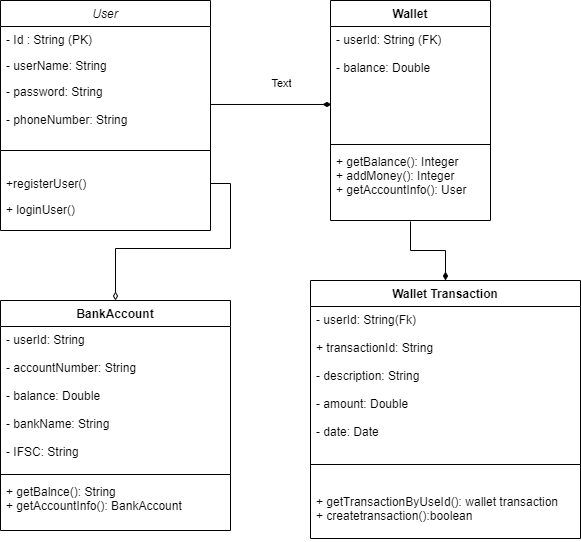
Shubham-9798/Capgemini-bootcamp-sept21-online-wallet keeps this draw.io diagram as diagrams/class diagram.png. Above is the earlier version. Source tidied: cells renumbered, new cells last; positions are measured from the earlier drawing's top-left corner, leaving out a move shared by most shapes. The source it was exported from:
```xml
<mxGraphModel>
  <root>
    <mxCell id="0" />
    <mxCell id="1" parent="0" />
    <mxCell id="2" value="User" style="swimlane;fontStyle=2;align=center;verticalAlign=top;horizontal=1;startSize=26;rounded=0;shadow=0;strokeWidth=1;" parent="1" vertex="1">
      <mxGeometry width="210" height="230" as="geometry" />
    </mxCell>
    <mxCell id="3" value="- Id : String (PK)" style="text;align=left;verticalAlign=top;spacingLeft=4;spacingRight=4;overflow=hidden;" parent="2" vertex="1">
      <mxGeometry y="26" width="210" height="26" as="geometry" />
    </mxCell>
    <mxCell id="4" value="- userName: String" style="text;align=left;verticalAlign=top;spacingLeft=4;spacingRight=4;overflow=hidden;rounded=0;shadow=0;html=0;" parent="2" vertex="1">
      <mxGeometry y="52" width="210" height="26" as="geometry" />
    </mxCell>
    <mxCell id="5" value="- password: String&#10;&#10;- phoneNumber: String&#10;&#10;" style="text;align=left;verticalAlign=top;spacingLeft=4;spacingRight=4;overflow=hidden;points=[[0,0.5],[1,0.5]];portConstraint=eastwest;rounded=0;shadow=0;html=0;" parent="2" vertex="1">
      <mxGeometry y="78" width="210" height="52" as="geometry" />
    </mxCell>
    <mxCell id="6" style="line;html=1;strokeWidth=1;align=left;verticalAlign=middle;spacingTop=-1;spacingLeft=3;spacingRight=3;labelPosition=right;" parent="2" vertex="1">
      <mxGeometry y="130" width="210" height="40" as="geometry" />
    </mxCell>
    <mxCell id="7" value="+registerUser()&#10;" style="text;align=left;verticalAlign=top;spacingLeft=4;spacingRight=4;overflow=hidden;points=[[0,0.5],[1,0.5]];portConstraint=eastwest;" parent="2" vertex="1">
      <mxGeometry y="170" width="210" height="26" as="geometry" />
    </mxCell>
    <mxCell id="8" value="+ loginUser()" style="text;align=left;verticalAlign=top;spacingLeft=4;spacingRight=4;overflow=hidden;" parent="2" vertex="1">
      <mxGeometry y="196" width="210" height="34" as="geometry" />
    </mxCell>
    <mxCell id="9" value="Wallet" style="swimlane;fontStyle=1;align=center;verticalAlign=top;horizontal=1;startSize=26;" parent="1" vertex="1">
      <mxGeometry x="330" width="160" height="220" as="geometry" />
    </mxCell>
    <mxCell id="10" value="- userId: String (FK)&#10;&#10;- balance: Double" style="text;strokeColor=none;fillColor=none;align=left;verticalAlign=top;spacingLeft=4;spacingRight=4;overflow=hidden;points=[[0,0.5],[1,0.5]];portConstraint=eastwest;" parent="9" vertex="1">
      <mxGeometry y="26" width="160" height="114" as="geometry" />
    </mxCell>
    <mxCell id="11" style="line;strokeWidth=1;fillColor=none;align=left;verticalAlign=middle;spacingTop=-1;spacingLeft=3;spacingRight=3;labelPosition=right;" parent="9" vertex="1">
      <mxGeometry y="140" width="160" height="8" as="geometry" />
    </mxCell>
    <mxCell id="12" value="+ getBalance(): Integer&#10;+ addMoney(): Integer&#10;+ getAccountInfo(): User" style="text;strokeColor=none;fillColor=none;align=left;verticalAlign=top;spacingLeft=4;spacingRight=4;overflow=hidden;points=[[0,0.5],[1,0.5]];portConstraint=eastwest;" parent="9" vertex="1">
      <mxGeometry y="148" width="160" height="72" as="geometry" />
    </mxCell>
    <mxCell id="13" style="edgeStyle=orthogonalEdgeStyle;rounded=0;jettySize=auto;html=1;entryX=0.006;entryY=0.684;entryDx=0;entryDy=0;entryPerimeter=0;endArrow=diamondThin;endFill=1;" parent="1" edge="1" source="5" target="10">
      <mxGeometry relative="1" as="geometry" />
    </mxCell>
    <mxCell id="14" value="Text" style="edgeLabel;html=1;align=center;verticalAlign=middle;" parent="13" vertex="1">
      <mxGeometry x="0.21" y="1" relative="1" as="geometry">
        <mxPoint x="-3" y="-20" as="offset" />
      </mxGeometry>
    </mxCell>
    <mxCell id="15" value="Wallet Transaction" style="swimlane;fontStyle=1;align=center;verticalAlign=top;horizontal=1;startSize=26;" parent="1" vertex="1">
      <mxGeometry x="310" y="280" width="270" height="258" as="geometry" />
    </mxCell>
    <mxCell id="16" value="- userId: String(Fk)&#10;&#10;+ transactionId: String&#10;&#10;- description: String&#10;&#10;- amount: Double&#10;&#10;- date: Date" style="text;strokeColor=none;fillColor=none;align=left;verticalAlign=top;spacingLeft=4;spacingRight=4;overflow=hidden;" parent="15" vertex="1">
      <mxGeometry y="26" width="270" height="134" as="geometry" />
    </mxCell>
    <mxCell id="17" style="line;strokeWidth=1;fillColor=none;align=left;verticalAlign=middle;spacingTop=-1;spacingLeft=3;spacingRight=3;labelPosition=right;" parent="15" vertex="1">
      <mxGeometry y="160" width="270" height="48" as="geometry" />
    </mxCell>
    <mxCell id="18" value="+ getTransactionByUseId(): wallet transaction&#10;+ createtransaction():boolean" style="text;strokeColor=none;fillColor=none;align=left;verticalAlign=top;spacingLeft=4;spacingRight=4;overflow=hidden;" parent="15" vertex="1">
      <mxGeometry y="208" width="270" height="50" as="geometry" />
    </mxCell>
    <mxCell id="19" style="edgeStyle=orthogonalEdgeStyle;rounded=0;jettySize=auto;html=1;exitX=0.5;exitY=1.014;exitDx=0;exitDy=0;endArrow=diamondThin;endFill=1;entryX=0.5;entryY=0;entryDx=0;entryDy=0;exitPerimeter=0;" parent="1" edge="1" source="12" target="15">
      <mxGeometry relative="1" as="geometry" />
    </mxCell>
    <mxCell id="20" value="BankAccount&#10;" style="swimlane;fontStyle=1;align=center;verticalAlign=top;horizontal=1;startSize=26;" parent="1" vertex="1">
      <mxGeometry y="300" width="230" height="230" as="geometry" />
    </mxCell>
    <mxCell id="21" value="- userId: String&#10;&#10;- accountNumber: String&#10;&#10;- balance: Double&#10;&#10;- bankName: String&#10;&#10;- IFSC: String" style="text;strokeColor=none;fillColor=none;align=left;verticalAlign=top;spacingLeft=4;spacingRight=4;overflow=hidden;" parent="20" vertex="1">
      <mxGeometry y="26" width="230" height="144" as="geometry" />
    </mxCell>
    <mxCell id="22" style="line;strokeWidth=1;fillColor=none;align=left;verticalAlign=middle;spacingTop=-1;spacingLeft=3;spacingRight=3;labelPosition=right;" parent="20" vertex="1">
      <mxGeometry y="170" width="230" height="8" as="geometry" />
    </mxCell>
    <mxCell id="23" value="+ getBalnce(): String&#10;+ getAccountInfo(): BankAccount" style="text;strokeColor=none;fillColor=none;align=left;verticalAlign=top;spacingLeft=4;spacingRight=4;overflow=hidden;" parent="20" vertex="1">
      <mxGeometry y="178" width="230" height="52" as="geometry" />
    </mxCell>
    <mxCell id="24" style="edgeStyle=orthogonalEdgeStyle;rounded=0;jettySize=auto;html=1;endArrow=diamondThin;endFill=0;" parent="1" edge="1" source="7" target="20">
      <mxGeometry relative="1" as="geometry" />
    </mxCell>
  </root>
</mxGraphModel>
```
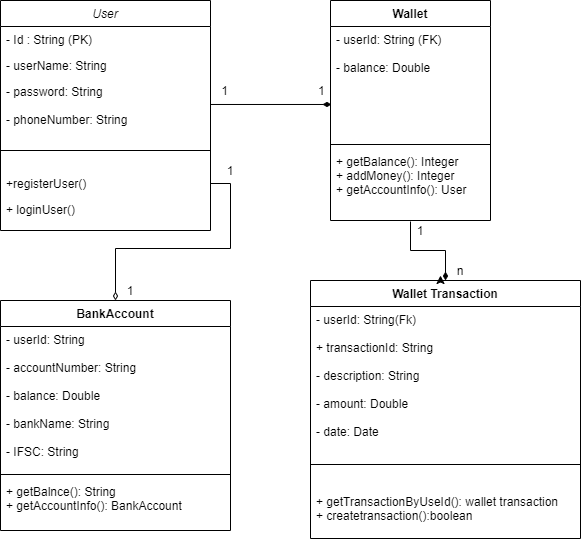
After the change.

Diff of the diagram source:
```diff
@@ -38,11 +38,6 @@
     <mxCell id="13" style="edgeStyle=orthogonalEdgeStyle;rounded=0;jettySize=auto;html=1;entryX=0.006;entryY=0.684;entryDx=0;entryDy=0;entryPerimeter=0;endArrow=diamondThin;endFill=1;" parent="1" edge="1" source="5" target="10">
       <mxGeometry relative="1" as="geometry" />
     </mxCell>
-    <mxCell id="14" value="Text" style="edgeLabel;html=1;align=center;verticalAlign=middle;" parent="13" vertex="1">
-      <mxGeometry x="0.21" y="1" relative="1" as="geometry">
-        <mxPoint x="-3" y="-20" as="offset" />
-      </mxGeometry>
-    </mxCell>
     <mxCell id="15" value="Wallet Transaction" style="swimlane;fontStyle=1;align=center;verticalAlign=top;horizontal=1;startSize=26;" parent="1" vertex="1">
       <mxGeometry x="310" y="280" width="270" height="258" as="geometry" />
     </mxCell>
@@ -73,5 +68,23 @@
     <mxCell id="24" style="edgeStyle=orthogonalEdgeStyle;rounded=0;jettySize=auto;html=1;endArrow=diamondThin;endFill=0;" parent="1" edge="1" source="7" target="20">
       <mxGeometry relative="1" as="geometry" />
     </mxCell>
+    <mxCell id="25" value="1&amp;nbsp; &amp;nbsp; &amp;nbsp; &amp;nbsp; &amp;nbsp; &amp;nbsp; &amp;nbsp; &amp;nbsp; &amp;nbsp; &amp;nbsp; &amp;nbsp; &amp;nbsp; &amp;nbsp; &amp;nbsp;1" style="text;html=1;strokeColor=none;fillColor=none;align=center;verticalAlign=middle;whiteSpace=wrap;rounded=0;" parent="1" vertex="1">
+      <mxGeometry x="200" y="80" width="146" height="20" as="geometry" />
+    </mxCell>
+    <mxCell id="26" value="1" style="text;html=1;strokeColor=none;fillColor=none;align=center;verticalAlign=middle;whiteSpace=wrap;rounded=0;" parent="1" vertex="1">
+      <mxGeometry x="210" y="160" width="40" height="20" as="geometry" />
+    </mxCell>
+    <mxCell id="27" value="1" style="text;html=1;strokeColor=none;fillColor=none;align=center;verticalAlign=middle;whiteSpace=wrap;rounded=0;" parent="1" vertex="1">
+      <mxGeometry x="110" y="280" width="40" height="20" as="geometry" />
+    </mxCell>
+    <mxCell id="28" value="1" style="text;html=1;strokeColor=none;fillColor=none;align=center;verticalAlign=middle;whiteSpace=wrap;rounded=0;" parent="1" vertex="1">
+      <mxGeometry x="400" y="220" width="40" height="20" as="geometry" />
+    </mxCell>
+    <mxCell id="29" value="n" style="text;html=1;strokeColor=none;fillColor=none;align=center;verticalAlign=middle;whiteSpace=wrap;rounded=0;" parent="1" vertex="1">
+      <mxGeometry x="440" y="260" width="40" height="20" as="geometry" />
+    </mxCell>
+    <mxCell id="30" style="edgeStyle=orthogonalEdgeStyle;rounded=0;orthogonalLoop=1;jettySize=auto;html=1;exitX=0.5;exitY=1;exitDx=0;exitDy=0;entryX=0;entryY=0.75;entryDx=0;entryDy=0;" parent="1" edge="1" source="29" target="29">
+      <mxGeometry relative="1" as="geometry" />
+    </mxCell>
   </root>
 </mxGraphModel>
```
